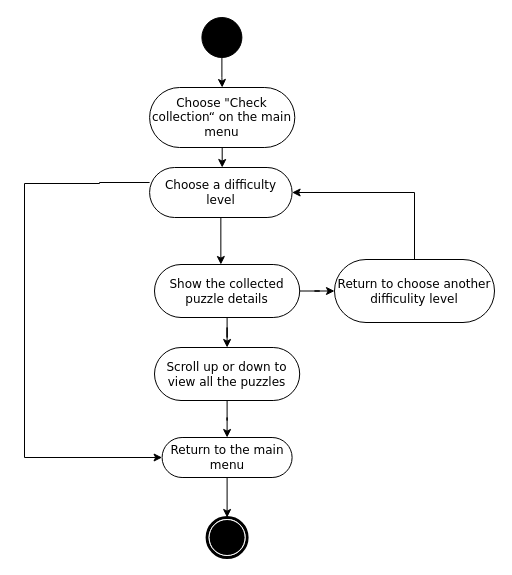
Earlier version of the draw.io diagram check collection.drawio (maxinimize/uml). Source tidied: cells renumbered, new cells numbered last; positions are measured from the earlier drawing's top-left corner, leaving out a move shared by most shapes. Both pictures are drawn from the tidied source at 100%, with x=0, y=0 at pixel (24, 17).
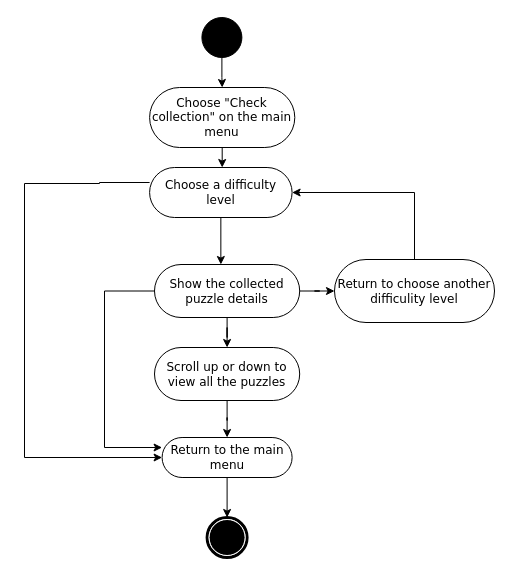
The same diagram, later.

The change refers to these unchanged cells:
```xml
<mxCell id="9" value="Show the collected puzzle details" style="rounded=1;whiteSpace=wrap;html=1;shadow=0;comic=0;labelBackgroundColor=none;strokeWidth=1;fontFamily=Verdana;fontSize=12;align=center;arcSize=50;" parent="1" vertex="1">
  <mxGeometry x="130" y="247" width="145.2" height="53" as="geometry" />
</mxCell>
<mxCell id="14" value="Return to the main menu" style="rounded=1;whiteSpace=wrap;html=1;shadow=0;comic=0;labelBackgroundColor=none;strokeWidth=1;fontFamily=Verdana;fontSize=12;align=center;arcSize=50;" parent="1" vertex="1">
  <mxGeometry x="137.6" y="420" width="130" height="40" as="geometry" />
</mxCell>
```

The edit, as a diff of the source:
```diff
@@
+    <mxCell id="19" style="edgeStyle=orthogonalEdgeStyle;rounded=0;jettySize=auto;html=1;entryX=0;entryY=0.25;entryDx=0;entryDy=0;" parent="1" edge="1" source="9" target="14">
+      <mxGeometry relative="1" as="geometry">
+        <Array as="points">
+          <mxPoint x="80" y="274" />
+          <mxPoint x="80" y="430" />
+        </Array>
+      </mxGeometry>
+    </mxCell>
@@
-    <mxCell id="12" value="Choose &quot;Check collection“ on the main menu" style="rounded=1;whiteSpace=wrap;html=1;shadow=0;comic=0;labelBackgroundColor=none;strokeWidth=1;fontFamily=Verdana;fontSize=12;align=center;arcSize=50;" parent="1" vertex="1">
+    <mxCell id="12" value="Choose &quot;Check collection&quot; on the main menu" style="rounded=1;whiteSpace=wrap;html=1;shadow=0;comic=0;labelBackgroundColor=none;strokeWidth=1;fontFamily=Verdana;fontSize=12;align=center;arcSize=50;" parent="1" vertex="1">
       <mxGeometry x="125.1" y="70" width="145.2" height="60" as="geometry" />
     </mxCell>
```
